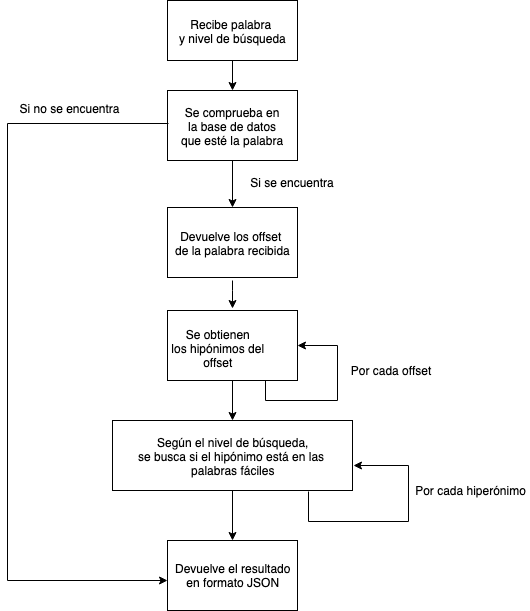
Before: Memoria/Imagenes/Bitmap/Capitulo4/ServiciosWeb/DiagramaFlujoHiponimos.png, a diagram exported from draw.io (NILGroup/TFG-1819-Analogias). Source tidied: cells renumbered, new cells last; positions are measured from the earlier drawing's top-left corner, leaving out a move shared by most shapes. Its diagram source:
```xml
<mxGraphModel>
  <root>
    <mxCell id="0" />
    <mxCell id="1" parent="0" />
    <mxCell id="2" style="rounded=0;whiteSpace=wrap;html=1;" parent="1" vertex="1">
      <mxGeometry x="160" width="130" height="60" as="geometry" />
    </mxCell>
    <mxCell id="3" style="edgeStyle=orthogonalEdgeStyle;rounded=0;jettySize=auto;html=1;entryX=0.5;entryY=0;entryDx=0;entryDy=0;exitX=0.5;exitY=1;exitDx=0;exitDy=0;" parent="1" edge="1" source="2" target="5">
      <mxGeometry relative="1" as="geometry" />
    </mxCell>
    <mxCell id="4" value="Recibe palabra&amp;nbsp;&lt;br&gt;y nivel de búsqueda&lt;br&gt;" style="text;html=1;align=center;verticalAlign=top;spacingTop=-4;" parent="1" vertex="1">
      <mxGeometry x="165" y="15" width="120" height="30" as="geometry" />
    </mxCell>
    <mxCell id="5" style="rounded=0;whiteSpace=wrap;html=1;" parent="1" vertex="1">
      <mxGeometry x="160" y="90" width="130" height="70" as="geometry" />
    </mxCell>
    <mxCell id="6" value="Se comprueba en&lt;br&gt;&amp;nbsp;la base de datos &lt;br&gt;que esté la palabra&lt;br&gt;" style="text;html=1;align=center;verticalAlign=top;spacingTop=-4;" parent="1" vertex="1">
      <mxGeometry x="165" y="103" width="120" height="40" as="geometry" />
    </mxCell>
    <mxCell id="7" style="edgeStyle=orthogonalEdgeStyle;rounded=0;jettySize=auto;html=1;entryX=0.5;entryY=0;entryDx=0;entryDy=0;" parent="1" edge="1" target="8">
      <mxGeometry relative="1" as="geometry">
        <mxPoint x="225" y="160" as="sourcePoint" />
      </mxGeometry>
    </mxCell>
    <mxCell id="8" style="rounded=0;whiteSpace=wrap;html=1;" parent="1" vertex="1">
      <mxGeometry x="160" y="207" width="130" height="70" as="geometry" />
    </mxCell>
    <mxCell id="9" style="edgeStyle=orthogonalEdgeStyle;rounded=0;orthogonalLoop=1;jettySize=auto;html=1;" parent="1" edge="1">
      <mxGeometry relative="1" as="geometry">
        <mxPoint x="225" y="280" as="sourcePoint" />
        <mxPoint x="225" y="308" as="targetPoint" />
        <Array as="points">
          <mxPoint x="225" y="290" />
          <mxPoint x="225" y="290" />
        </Array>
      </mxGeometry>
    </mxCell>
    <mxCell id="10" value="Devuelve los offset&amp;nbsp;&lt;br&gt;de la palabra recibida&lt;br&gt;" style="text;html=1;align=center;verticalAlign=top;spacingTop=-4;" parent="1" vertex="1">
      <mxGeometry x="160" y="227" width="130" height="30" as="geometry" />
    </mxCell>
    <mxCell id="11" value="Si se encuentra" style="text;html=1;strokeColor=none;fillColor=none;align=center;verticalAlign=middle;whiteSpace=wrap;rounded=0;" parent="1" vertex="1">
      <mxGeometry x="235" y="172" width="100" height="20" as="geometry" />
    </mxCell>
    <mxCell id="12" style="edgeStyle=orthogonalEdgeStyle;rounded=0;jettySize=auto;html=1;exitX=0.5;exitY=1;exitDx=0;exitDy=0;entryX=0.5;entryY=0;entryDx=0;entryDy=0;" parent="1" edge="1" source="13" target="18">
      <mxGeometry relative="1" as="geometry" />
    </mxCell>
    <mxCell id="13" style="rounded=0;whiteSpace=wrap;html=1;" parent="1" vertex="1">
      <mxGeometry x="160" y="310" width="130" height="70" as="geometry" />
    </mxCell>
    <mxCell id="14" value="Se obtienen&lt;br&gt;&amp;nbsp;los hipónimos del&amp;nbsp;&lt;br&gt;offset&lt;br&gt;" style="text;html=1;align=center;verticalAlign=top;spacingTop=-4;" parent="1" vertex="1">
      <mxGeometry x="155" y="325" width="110" height="40" as="geometry" />
    </mxCell>
    <mxCell id="15" style="edgeStyle=orthogonalEdgeStyle;rounded=0;orthogonalLoop=1;jettySize=auto;html=1;exitX=0.75;exitY=1;exitDx=0;exitDy=0;entryX=1;entryY=0.5;entryDx=0;entryDy=0;" parent="1" edge="1" source="13" target="13">
      <mxGeometry relative="1" as="geometry">
        <Array as="points">
          <mxPoint x="258" y="400" />
          <mxPoint x="330" y="400" />
          <mxPoint x="330" y="345" />
        </Array>
      </mxGeometry>
    </mxCell>
    <mxCell id="16" value="Por cada offset" style="text;html=1;strokeColor=none;fillColor=none;align=center;verticalAlign=middle;whiteSpace=wrap;rounded=0;" parent="1" vertex="1">
      <mxGeometry x="333" y="360" width="100" height="20" as="geometry" />
    </mxCell>
    <mxCell id="17" style="edgeStyle=orthogonalEdgeStyle;rounded=0;jettySize=auto;html=1;exitX=0.5;exitY=1;exitDx=0;exitDy=0;" parent="1" edge="1" source="18" target="19">
      <mxGeometry relative="1" as="geometry" />
    </mxCell>
    <mxCell id="18" style="rounded=0;whiteSpace=wrap;html=1;" parent="1" vertex="1">
      <mxGeometry x="105" y="420" width="240" height="70" as="geometry" />
    </mxCell>
    <mxCell id="19" style="rounded=0;whiteSpace=wrap;html=1;" parent="1" vertex="1">
      <mxGeometry x="160" y="540" width="130" height="70" as="geometry" />
    </mxCell>
    <mxCell id="20" value="Según el nivel de búsqueda,&lt;br&gt;se busca si el hipónimo está en las&amp;nbsp;&lt;br&gt;palabras fáciles&lt;br&gt;" style="text;html=1;align=center;verticalAlign=top;spacingTop=-4;" parent="1" vertex="1">
      <mxGeometry x="125" y="433" width="200" height="40" as="geometry" />
    </mxCell>
    <mxCell id="21" value="Devuelve el resultado&lt;br&gt;en formato JSON&lt;br&gt;" style="text;html=1;align=center;verticalAlign=top;spacingTop=-4;" parent="1" vertex="1">
      <mxGeometry x="160" y="559" width="130" height="30" as="geometry" />
    </mxCell>
    <mxCell id="22" value="Por cada hiperónimo" style="text;html=1;strokeColor=none;fillColor=none;align=center;verticalAlign=middle;whiteSpace=wrap;rounded=0;" parent="1" vertex="1">
      <mxGeometry x="405" y="480" width="117" height="20" as="geometry" />
    </mxCell>
    <mxCell id="23" style="edgeStyle=orthogonalEdgeStyle;rounded=0;orthogonalLoop=1;jettySize=auto;html=1;entryX=1;entryY=0.629;entryDx=0;entryDy=0;entryPerimeter=0;" parent="1" edge="1">
      <mxGeometry relative="1" as="geometry">
        <mxPoint x="301" y="491" as="sourcePoint" />
        <mxPoint x="346" y="465" as="targetPoint" />
        <Array as="points">
          <mxPoint x="300.5" y="521" />
          <mxPoint x="400.5" y="521" />
          <mxPoint x="400.5" y="465" />
        </Array>
      </mxGeometry>
    </mxCell>
    <mxCell id="24" style="edgeStyle=orthogonalEdgeStyle;rounded=0;orthogonalLoop=1;jettySize=auto;html=1;exitX=-0.033;exitY=0.5;exitDx=0;exitDy=0;exitPerimeter=0;" parent="1" edge="1">
      <mxGeometry relative="1" as="geometry">
        <mxPoint x="161" y="123" as="sourcePoint" />
        <mxPoint x="160" y="580" as="targetPoint" />
        <Array as="points">
          <mxPoint y="123" />
          <mxPoint y="580" />
          <mxPoint x="160" y="580" />
        </Array>
      </mxGeometry>
    </mxCell>
    <mxCell id="25" value="Si no se encuentra" style="text;html=1;strokeColor=none;fillColor=none;align=center;verticalAlign=middle;whiteSpace=wrap;rounded=0;" parent="1" vertex="1">
      <mxGeometry x="5" y="98" width="115" height="20" as="geometry" />
    </mxCell>
  </root>
</mxGraphModel>
```
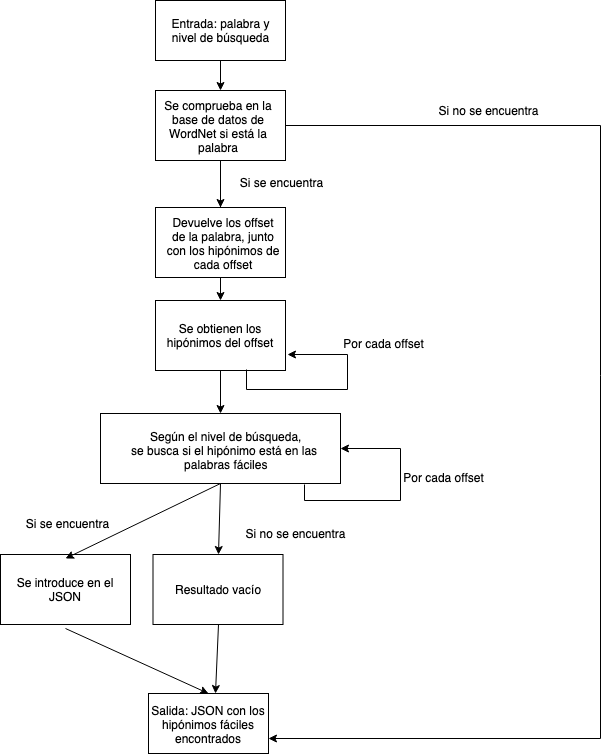
Above is the later version.

Change to the diagram source:
```diff
@@ -2,108 +2,130 @@
   <root>
     <mxCell id="0" />
     <mxCell id="1" parent="0" />
-    <mxCell id="2" style="rounded=0;whiteSpace=wrap;html=1;" parent="1" vertex="1">
-      <mxGeometry x="160" width="130" height="60" as="geometry" />
-    </mxCell>
-    <mxCell id="3" style="edgeStyle=orthogonalEdgeStyle;rounded=0;jettySize=auto;html=1;entryX=0.5;entryY=0;entryDx=0;entryDy=0;exitX=0.5;exitY=1;exitDx=0;exitDy=0;" parent="1" edge="1" source="2" target="5">
-      <mxGeometry relative="1" as="geometry" />
-    </mxCell>
-    <mxCell id="4" value="Recibe palabra&amp;nbsp;&lt;br&gt;y nivel de búsqueda&lt;br&gt;" style="text;html=1;align=center;verticalAlign=top;spacingTop=-4;" parent="1" vertex="1">
-      <mxGeometry x="165" y="15" width="120" height="30" as="geometry" />
-    </mxCell>
-    <mxCell id="5" style="rounded=0;whiteSpace=wrap;html=1;" parent="1" vertex="1">
-      <mxGeometry x="160" y="90" width="130" height="70" as="geometry" />
-    </mxCell>
-    <mxCell id="6" value="Se comprueba en&lt;br&gt;&amp;nbsp;la base de datos &lt;br&gt;que esté la palabra&lt;br&gt;" style="text;html=1;align=center;verticalAlign=top;spacingTop=-4;" parent="1" vertex="1">
-      <mxGeometry x="165" y="103" width="120" height="40" as="geometry" />
-    </mxCell>
-    <mxCell id="7" style="edgeStyle=orthogonalEdgeStyle;rounded=0;jettySize=auto;html=1;entryX=0.5;entryY=0;entryDx=0;entryDy=0;" parent="1" edge="1" target="8">
-      <mxGeometry relative="1" as="geometry">
-        <mxPoint x="225" y="160" as="sourcePoint" />
-      </mxGeometry>
-    </mxCell>
-    <mxCell id="8" style="rounded=0;whiteSpace=wrap;html=1;" parent="1" vertex="1">
-      <mxGeometry x="160" y="207" width="130" height="70" as="geometry" />
-    </mxCell>
-    <mxCell id="9" style="edgeStyle=orthogonalEdgeStyle;rounded=0;orthogonalLoop=1;jettySize=auto;html=1;" parent="1" edge="1">
-      <mxGeometry relative="1" as="geometry">
-        <mxPoint x="225" y="280" as="sourcePoint" />
-        <mxPoint x="225" y="308" as="targetPoint" />
-        <Array as="points">
-          <mxPoint x="225" y="290" />
-          <mxPoint x="225" y="290" />
-        </Array>
-      </mxGeometry>
-    </mxCell>
-    <mxCell id="10" value="Devuelve los offset&amp;nbsp;&lt;br&gt;de la palabra recibida&lt;br&gt;" style="text;html=1;align=center;verticalAlign=top;spacingTop=-4;" parent="1" vertex="1">
-      <mxGeometry x="160" y="227" width="130" height="30" as="geometry" />
-    </mxCell>
-    <mxCell id="11" value="Si se encuentra" style="text;html=1;strokeColor=none;fillColor=none;align=center;verticalAlign=middle;whiteSpace=wrap;rounded=0;" parent="1" vertex="1">
-      <mxGeometry x="235" y="172" width="100" height="20" as="geometry" />
-    </mxCell>
-    <mxCell id="12" style="edgeStyle=orthogonalEdgeStyle;rounded=0;jettySize=auto;html=1;exitX=0.5;exitY=1;exitDx=0;exitDy=0;entryX=0.5;entryY=0;entryDx=0;entryDy=0;" parent="1" edge="1" source="13" target="18">
-      <mxGeometry relative="1" as="geometry" />
-    </mxCell>
-    <mxCell id="13" style="rounded=0;whiteSpace=wrap;html=1;" parent="1" vertex="1">
-      <mxGeometry x="160" y="310" width="130" height="70" as="geometry" />
-    </mxCell>
+    <mxCell id="26" style="rounded=0;whiteSpace=wrap;html=1;" parent="1" vertex="1">
+      <mxGeometry x="-45" y="-40" width="130" height="60" as="geometry" />
+    </mxCell>
+    <mxCell id="27" style="edgeStyle=orthogonalEdgeStyle;rounded=0;jettySize=auto;html=1;entryX=0.5;entryY=0;entryDx=0;entryDy=0;exitX=0.5;exitY=1;exitDx=0;exitDy=0;" parent="1" edge="1" source="26" target="29">
+      <mxGeometry relative="1" as="geometry" />
+    </mxCell>
+    <mxCell id="28" style="edgeStyle=orthogonalEdgeStyle;rounded=0;jettySize=auto;html=1;" parent="1" edge="1" source="29">
+      <mxGeometry relative="1" as="geometry">
+        <mxPoint x="20" y="180" as="targetPoint" />
+      </mxGeometry>
+    </mxCell>
+    <mxCell id="29" style="rounded=0;whiteSpace=wrap;html=1;" parent="1" vertex="1">
+      <mxGeometry x="-45" y="50" width="130" height="70" as="geometry" />
+    </mxCell>
+    <mxCell id="30" style="edgeStyle=orthogonalEdgeStyle;rounded=0;jettySize=auto;html=1;entryX=0.5;entryY=0;entryDx=0;entryDy=0;" parent="1" edge="1" target="32">
+      <mxGeometry relative="1" as="geometry">
+        <mxPoint x="20" y="120" as="sourcePoint" />
+      </mxGeometry>
+    </mxCell>
+    <mxCell id="31" style="edgeStyle=orthogonalEdgeStyle;rounded=0;jettySize=auto;html=1;exitX=0.5;exitY=1;exitDx=0;exitDy=0;entryX=0.5;entryY=0;entryDx=0;entryDy=0;" parent="1" edge="1" source="32" target="50">
+      <mxGeometry relative="1" as="geometry" />
+    </mxCell>
+    <mxCell id="32" style="rounded=0;whiteSpace=wrap;html=1;" parent="1" vertex="1">
+      <mxGeometry x="-45" y="167" width="130" height="70" as="geometry" />
+    </mxCell>
+    <mxCell id="33" style="rounded=0;whiteSpace=wrap;html=1;" parent="1" vertex="1">
+      <mxGeometry x="-100" y="373" width="240" height="70" as="geometry" />
+    </mxCell>
+    <mxCell id="20" value="Según el nivel de búsqueda,&lt;br&gt;se busca si el hipónimo está en las&amp;nbsp;&lt;br&gt;palabras fáciles&lt;br&gt;" style="text;html=1;align=center;verticalAlign=top;spacingTop=-4;" parent="1" vertex="1">
+      <mxGeometry x="-79" y="387" width="210" height="40" as="geometry" />
+    </mxCell>
+    <mxCell id="34" value="Si se encuentra" style="text;html=1;strokeColor=none;fillColor=none;align=center;verticalAlign=middle;whiteSpace=wrap;rounded=0;" parent="1" vertex="1">
+      <mxGeometry x="30" y="132" width="100" height="20" as="geometry" />
+    </mxCell>
+    <mxCell id="35" value="Se introduce en el JSON" style="rounded=0;whiteSpace=wrap;html=1;" parent="1" vertex="1">
+      <mxGeometry x="-200" y="514" width="130" height="70" as="geometry" />
+    </mxCell>
+    <mxCell id="36" value="Entrada: palabra y nivel de búsqueda" style="text;html=1;strokeColor=none;fillColor=none;align=center;verticalAlign=middle;whiteSpace=wrap;rounded=0;" parent="1" vertex="1">
+      <mxGeometry x="-35" y="-40" width="110" height="60" as="geometry" />
+    </mxCell>
+    <mxCell id="37" value="Se comprueba en la base de datos de WordNet si está la palabra" style="text;html=1;strokeColor=none;fillColor=none;align=center;verticalAlign=middle;whiteSpace=wrap;rounded=0;" parent="1" vertex="1">
+      <mxGeometry x="-45" y="50" width="125" height="70" as="geometry" />
+    </mxCell>
+    <mxCell id="38" value="Devuelve los offset de la palabra, junto con los hipónimos de cada offset" style="text;html=1;strokeColor=none;fillColor=none;align=center;verticalAlign=middle;whiteSpace=wrap;rounded=0;" parent="1" vertex="1">
+      <mxGeometry x="-35" y="172" width="115" height="60" as="geometry" />
+    </mxCell>
+    <mxCell id="39" style="endArrow=classic;html=1;exitX=0.5;exitY=1;exitDx=0;exitDy=0;entryX=0.5;entryY=0;entryDx=0;entryDy=0;" parent="1" edge="1" source="33">
+      <mxGeometry relative="1" as="geometry">
+        <mxPoint x="-135" y="518" as="targetPoint" />
+      </mxGeometry>
+    </mxCell>
+    <mxCell id="40" value="Resultado vacío" style="rounded=0;whiteSpace=wrap;html=1;" parent="1" vertex="1">
+      <mxGeometry x="-47.5" y="514" width="130" height="70" as="geometry" />
+    </mxCell>
+    <mxCell id="41" style="endArrow=classic;html=1;exitX=0.5;exitY=1;exitDx=0;exitDy=0;entryX=0.5;entryY=0;entryDx=0;entryDy=0;" parent="1" edge="1" source="33" target="40">
+      <mxGeometry relative="1" as="geometry" />
+    </mxCell>
+    <mxCell id="42" value="Si se encuentra" style="text;html=1;strokeColor=none;fillColor=none;align=center;verticalAlign=middle;whiteSpace=wrap;rounded=0;" parent="1" vertex="1">
+      <mxGeometry x="-189" y="472.5" width="110" height="20" as="geometry" />
+    </mxCell>
+    <mxCell id="43" value="Si no se encuentra" style="text;html=1;strokeColor=none;fillColor=none;align=center;verticalAlign=middle;whiteSpace=wrap;rounded=0;" parent="1" vertex="1">
+      <mxGeometry x="30" y="482.5" width="130" height="20" as="geometry" />
+    </mxCell>
+    <mxCell id="44" style="endArrow=classic;html=1;exitX=0.85;exitY=1.014;exitDx=0;exitDy=0;exitPerimeter=0;entryX=1;entryY=0.5;entryDx=0;entryDy=0;rounded=0;" parent="1" edge="1" source="33" target="33">
+      <mxGeometry relative="1" as="geometry">
+        <Array as="points">
+          <mxPoint x="104" y="460" />
+          <mxPoint x="200" y="460" />
+          <mxPoint x="200" y="408" />
+        </Array>
+      </mxGeometry>
+    </mxCell>
+    <mxCell id="16" value="Por cada offset" style="text;html=1;strokeColor=none;fillColor=none;align=center;verticalAlign=middle;whiteSpace=wrap;rounded=0;" parent="1" vertex="1">
+      <mxGeometry x="183.5" y="427" width="120" height="20" as="geometry" />
+    </mxCell>
+    <mxCell id="45" value="Salida: JSON con los hipónimos fáciles encontrados" style="rounded=0;whiteSpace=wrap;html=1;" parent="1" vertex="1">
+      <mxGeometry x="-52" y="653" width="120" height="60" as="geometry" />
+    </mxCell>
+    <mxCell id="46" style="endArrow=classic;html=1;exitX=0.5;exitY=1;exitDx=0;exitDy=0;entryX=0.5;entryY=0;entryDx=0;entryDy=0;" parent="1" edge="1" target="45">
+      <mxGeometry relative="1" as="geometry">
+        <mxPoint x="-135" y="588" as="sourcePoint" />
+      </mxGeometry>
+    </mxCell>
+    <mxCell id="47" style="endArrow=classic;html=1;exitX=0.5;exitY=1;exitDx=0;exitDy=0;" parent="1" edge="1" source="40">
+      <mxGeometry relative="1" as="geometry">
+        <mxPoint x="15" y="653" as="targetPoint" />
+      </mxGeometry>
+    </mxCell>
+    <mxCell id="48" style="endArrow=classic;html=1;exitX=1;exitY=0.5;exitDx=0;exitDy=0;entryX=1;entryY=0.75;entryDx=0;entryDy=0;rounded=0;" parent="1" edge="1" source="29" target="45">
+      <mxGeometry relative="1" as="geometry">
+        <Array as="points">
+          <mxPoint x="400" y="85" />
+          <mxPoint x="400" y="335" />
+          <mxPoint x="400" y="698" />
+        </Array>
+      </mxGeometry>
+    </mxCell>
+    <mxCell id="49" value="Si no se encuentra" style="text;html=1;strokeColor=none;fillColor=none;align=center;verticalAlign=middle;whiteSpace=wrap;rounded=0;" parent="1" vertex="1">
+      <mxGeometry x="225" y="60" width="125" height="20" as="geometry" />
+    </mxCell>
+    <mxCell id="50" style="rounded=0;whiteSpace=wrap;html=1;" parent="1" vertex="1">
+      <mxGeometry x="-45" y="260" width="130" height="70" as="geometry" />
+    </mxCell>
+    <mxCell id="51" style="edgeStyle=orthogonalEdgeStyle;rounded=0;jettySize=auto;html=1;entryX=0.5;entryY=0;entryDx=0;entryDy=0;" parent="1" edge="1" target="33">
+      <mxGeometry relative="1" as="geometry">
+        <mxPoint x="20" y="330" as="sourcePoint" />
+      </mxGeometry>
+    </mxCell>
+    <mxCell id="52" style="edgeStyle=orthogonalEdgeStyle;rounded=0;orthogonalLoop=1;jettySize=auto;html=1;exitX=0.75;exitY=1;exitDx=0;exitDy=0;" parent="1" edge="1">
+      <mxGeometry relative="1" as="geometry">
+        <mxPoint x="46" y="329" as="sourcePoint" />
+        <mxPoint x="87" y="314" as="targetPoint" />
+        <Array as="points">
+          <mxPoint x="46" y="349" />
+          <mxPoint x="147" y="349" />
+          <mxPoint x="147" y="314" />
+        </Array>
+      </mxGeometry>
+    </mxCell>
-    <mxCell id="14" value="Se obtienen&lt;br&gt;&amp;nbsp;los hipónimos del&amp;nbsp;&lt;br&gt;offset&lt;br&gt;" style="text;html=1;align=center;verticalAlign=top;spacingTop=-4;" parent="1" vertex="1">
-      <mxGeometry x="155" y="325" width="110" height="40" as="geometry" />
+    <mxCell id="14" value="Se obtienen los hipónimos del offset" style="text;html=1;strokeColor=none;fillColor=none;align=center;verticalAlign=middle;whiteSpace=wrap;rounded=0;" parent="1" vertex="1">
+      <mxGeometry x="-37.5" y="265" width="115" height="60" as="geometry" />
     </mxCell>
-    <mxCell id="15" style="edgeStyle=orthogonalEdgeStyle;rounded=0;orthogonalLoop=1;jettySize=auto;html=1;exitX=0.75;exitY=1;exitDx=0;exitDy=0;entryX=1;entryY=0.5;entryDx=0;entryDy=0;" parent="1" edge="1" source="13" target="13">
-      <mxGeometry relative="1" as="geometry">
-        <Array as="points">
-          <mxPoint x="258" y="400" />
-          <mxPoint x="330" y="400" />
-          <mxPoint x="330" y="345" />
-        </Array>
-      </mxGeometry>
-    </mxCell>
-    <mxCell id="16" value="Por cada offset" style="text;html=1;strokeColor=none;fillColor=none;align=center;verticalAlign=middle;whiteSpace=wrap;rounded=0;" parent="1" vertex="1">
-      <mxGeometry x="333" y="360" width="100" height="20" as="geometry" />
-    </mxCell>
-    <mxCell id="17" style="edgeStyle=orthogonalEdgeStyle;rounded=0;jettySize=auto;html=1;exitX=0.5;exitY=1;exitDx=0;exitDy=0;" parent="1" edge="1" source="18" target="19">
-      <mxGeometry relative="1" as="geometry" />
-    </mxCell>
-    <mxCell id="18" style="rounded=0;whiteSpace=wrap;html=1;" parent="1" vertex="1">
-      <mxGeometry x="105" y="420" width="240" height="70" as="geometry" />
-    </mxCell>
-    <mxCell id="19" style="rounded=0;whiteSpace=wrap;html=1;" parent="1" vertex="1">
-      <mxGeometry x="160" y="540" width="130" height="70" as="geometry" />
-    </mxCell>
-    <mxCell id="20" value="Según el nivel de búsqueda,&lt;br&gt;se busca si el hipónimo está en las&amp;nbsp;&lt;br&gt;palabras fáciles&lt;br&gt;" style="text;html=1;align=center;verticalAlign=top;spacingTop=-4;" parent="1" vertex="1">
-      <mxGeometry x="125" y="433" width="200" height="40" as="geometry" />
-    </mxCell>
-    <mxCell id="21" value="Devuelve el resultado&lt;br&gt;en formato JSON&lt;br&gt;" style="text;html=1;align=center;verticalAlign=top;spacingTop=-4;" parent="1" vertex="1">
-      <mxGeometry x="160" y="559" width="130" height="30" as="geometry" />
-    </mxCell>
-    <mxCell id="22" value="Por cada hiperónimo" style="text;html=1;strokeColor=none;fillColor=none;align=center;verticalAlign=middle;whiteSpace=wrap;rounded=0;" parent="1" vertex="1">
-      <mxGeometry x="405" y="480" width="117" height="20" as="geometry" />
-    </mxCell>
-    <mxCell id="23" style="edgeStyle=orthogonalEdgeStyle;rounded=0;orthogonalLoop=1;jettySize=auto;html=1;entryX=1;entryY=0.629;entryDx=0;entryDy=0;entryPerimeter=0;" parent="1" edge="1">
-      <mxGeometry relative="1" as="geometry">
-        <mxPoint x="301" y="491" as="sourcePoint" />
-        <mxPoint x="346" y="465" as="targetPoint" />
-        <Array as="points">
-          <mxPoint x="300.5" y="521" />
-          <mxPoint x="400.5" y="521" />
-          <mxPoint x="400.5" y="465" />
-        </Array>
-      </mxGeometry>
-    </mxCell>
-    <mxCell id="24" style="edgeStyle=orthogonalEdgeStyle;rounded=0;orthogonalLoop=1;jettySize=auto;html=1;exitX=-0.033;exitY=0.5;exitDx=0;exitDy=0;exitPerimeter=0;" parent="1" edge="1">
-      <mxGeometry relative="1" as="geometry">
-        <mxPoint x="161" y="123" as="sourcePoint" />
-        <mxPoint x="160" y="580" as="targetPoint" />
-        <Array as="points">
-          <mxPoint y="123" />
-          <mxPoint y="580" />
-          <mxPoint x="160" y="580" />
-        </Array>
-      </mxGeometry>
-    </mxCell>
-    <mxCell id="25" value="Si no se encuentra" style="text;html=1;strokeColor=none;fillColor=none;align=center;verticalAlign=middle;whiteSpace=wrap;rounded=0;" parent="1" vertex="1">
-      <mxGeometry x="5" y="98" width="115" height="20" as="geometry" />
-    </mxCell>
+    <mxCell id="53" value="Por cada offset&lt;br&gt;" style="text;html=1;strokeColor=none;fillColor=none;align=center;verticalAlign=middle;whiteSpace=wrap;rounded=0;" parent="1" vertex="1">
+      <mxGeometry x="121" y="293" width="125" height="20" as="geometry" />
+    </mxCell>
   </root>
 </mxGraphModel>
```
